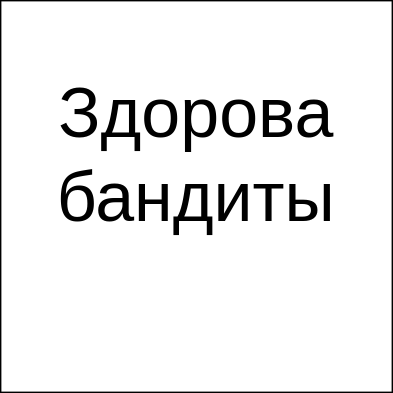
Before: Untitled Diagram.drawio.svg, a diagram exported from draw.io (KirillPavlov1/project1). Source tidied: cells renumbered, new cells last; positions are measured from the earlier drawing's top-left corner, leaving out a move shared by most shapes.
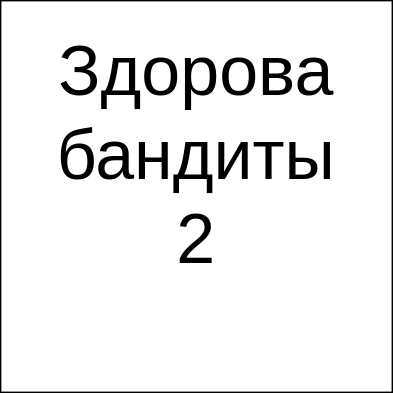
The same file after the commit.

The edit, as a diff of the source:
```diff
@@ -2,7 +2,7 @@
   <root>
     <mxCell id="0" />
     <mxCell id="1" parent="0" />
-    <mxCell id="2" value="&lt;font style=&quot;font-size: 50px;&quot;&gt;Здорова бандиты&lt;/font&gt;&lt;div style=&quot;font-size: 50px;&quot;&gt;&lt;br&gt;&lt;/div&gt;" style="whiteSpace=wrap;html=1;" parent="1" vertex="1">
+    <mxCell id="2" value="&lt;font style=&quot;font-size: 50px;&quot;&gt;Здорова бандиты&lt;/font&gt;&lt;div&gt;&lt;span style=&quot;font-size: 50px;&quot;&gt;2&lt;br&gt;&lt;/span&gt;&lt;div style=&quot;font-size: 50px;&quot;&gt;&lt;br&gt;&lt;/div&gt;&lt;/div&gt;" style="whiteSpace=wrap;html=1;" parent="1" vertex="1">
       <mxGeometry width="280" height="280" as="geometry" />
     </mxCell>
   </root>
```
